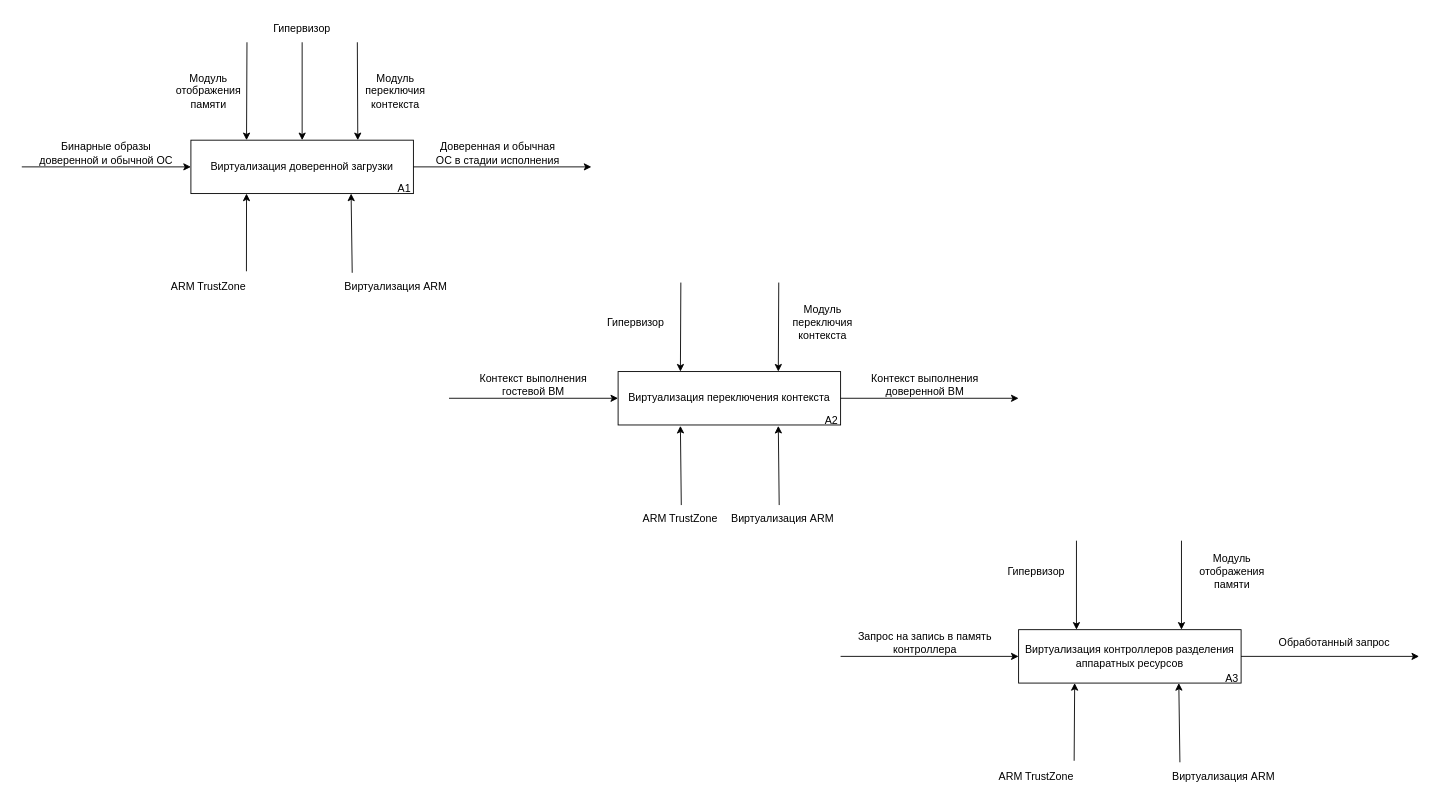
Above: page "Page-2" (2 of 2) of docs/drawio/main-idef0.drawio in mRrvz/bmstu-masters-diploma (draw.io), before the change. Source tidied: cells renumbered, new cells numbered last; positions are measured from the earlier drawing's top-left corner, leaving out a move shared by most shapes. Both pictures are drawn from the tidied source at 89%, with x=0, y=0 at pixel (21, 15).
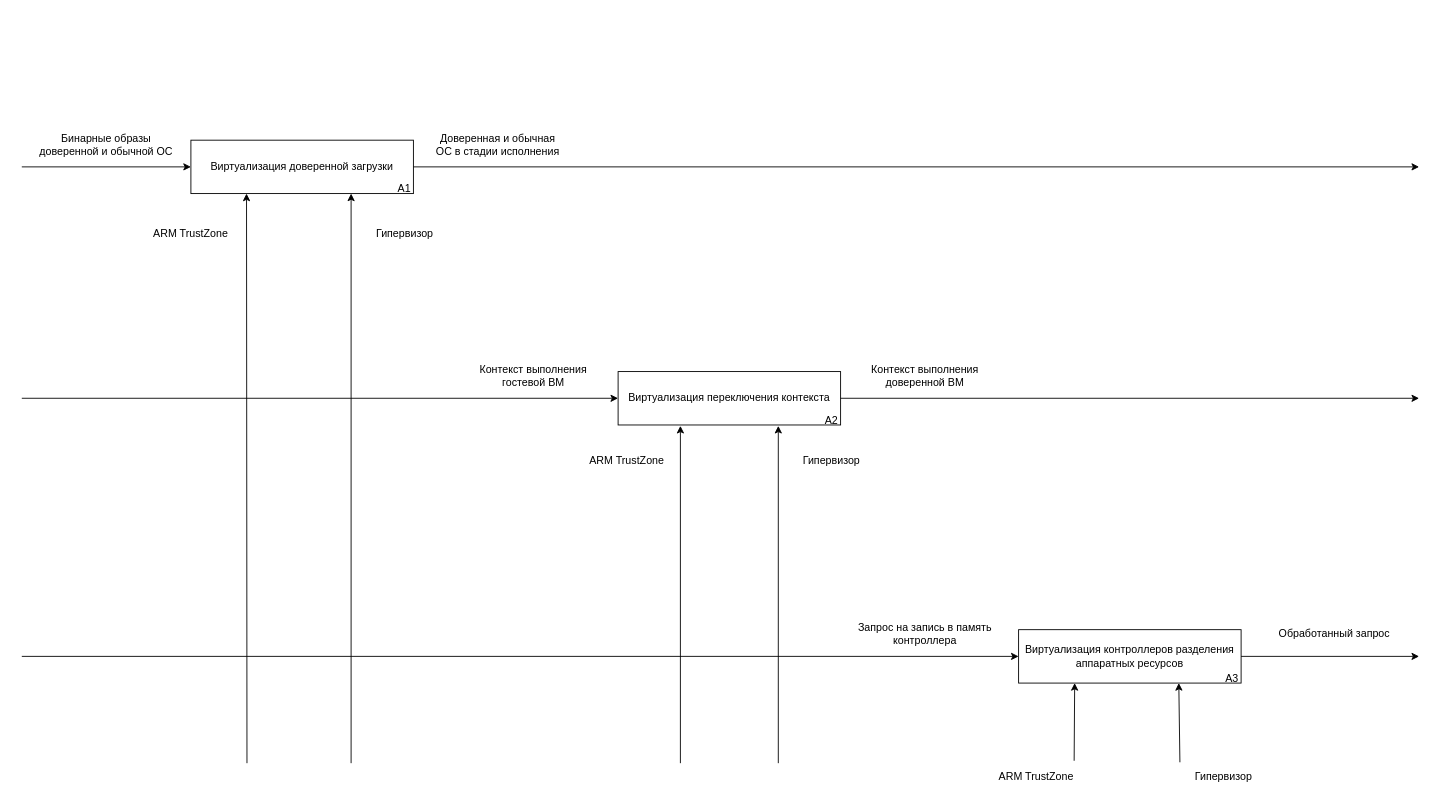
The same diagram, later.

The change refers to these unchanged cells:
```xml
<mxCell id="3" value="Виртуализация доверенной загрузки" style="rounded=0;whiteSpace=wrap;html=1;" parent="1" vertex="1">
  <mxGeometry x="190" y="140" width="250" height="60" as="geometry" />
</mxCell>
<mxCell id="18" value="Виртуализация переключения контекста" style="rounded=0;whiteSpace=wrap;html=1;" parent="1" vertex="1">
  <mxGeometry x="670" y="400" width="250" height="60" as="geometry" />
</mxCell>
<mxCell id="33" value="Виртуализация контроллеров разделения аппаратных ресурсов " style="rounded=0;whiteSpace=wrap;html=1;" parent="1" vertex="1">
  <mxGeometry x="1120" y="690" width="250" height="60" as="geometry" />
</mxCell>
```

Change to the diagram source:
```diff
@@
-    <mxCell id="2" style="endArrow=classic;html=1;rounded=0;entryX=0.5;entryY=0;entryDx=0;entryDy=0;" parent="1" edge="1" target="3">
-      <mxGeometry relative="1" as="geometry">
-        <mxPoint x="315" y="30" as="sourcePoint" />
-      </mxGeometry>
-    </mxCell>
@@
     <mxCell id="5" style="endArrow=classic;html=1;rounded=0;exitX=1;exitY=0.5;exitDx=0;exitDy=0;" parent="1" edge="1" source="3">
       <mxGeometry relative="1" as="geometry">
-        <mxPoint x="640" y="170" as="targetPoint" />
+        <mxPoint x="1570" y="170" as="targetPoint" />
       </mxGeometry>
     </mxCell>
     <mxCell id="6" value="Бинарные образы доверенной и обычной ОС" style="text;html=1;align=center;verticalAlign=middle;whiteSpace=wrap;rounded=0;" parent="1" vertex="1">
-      <mxGeometry x="10" y="140" width="170" height="30" as="geometry" />
+      <mxGeometry x="10" y="130" width="170" height="30" as="geometry" />
     </mxCell>
-    <mxCell id="7" value="Модуль переключия контекста" style="text;html=1;align=center;verticalAlign=middle;whiteSpace=wrap;rounded=0;" parent="1" vertex="1">
-      <mxGeometry x="390" y="70" width="60" height="30" as="geometry" />
-    </mxCell>
-    <mxCell id="8" value="Модуль отображения памяти" style="text;html=1;align=center;verticalAlign=middle;whiteSpace=wrap;rounded=0;" parent="1" vertex="1">
-      <mxGeometry x="165" y="70" width="90" height="30" as="geometry" />
-    </mxCell>
-    <mxCell id="9" style="endArrow=classic;html=1;rounded=0;entryX=0.25;entryY=0;entryDx=0;entryDy=0;" parent="1" edge="1" target="3">
-      <mxGeometry relative="1" as="geometry">
-        <mxPoint x="253" y="30" as="sourcePoint" />
-      </mxGeometry>
-    </mxCell>
-    <mxCell id="10" style="endArrow=classic;html=1;rounded=0;entryX=0.75;entryY=0;entryDx=0;entryDy=0;" parent="1" edge="1" target="3">
-      <mxGeometry relative="1" as="geometry">
-        <mxPoint x="377" y="30" as="sourcePoint" />
-      </mxGeometry>
-    </mxCell>
-    <mxCell id="11" value="Гипервизор" style="text;html=1;align=center;verticalAlign=middle;whiteSpace=wrap;rounded=0;" parent="1" vertex="1">
-      <mxGeometry x="285" width="60" height="30" as="geometry" />
-    </mxCell>
-    <mxCell id="12" style="endArrow=classic;html=1;rounded=0;entryX=0.25;entryY=1;entryDx=0;entryDy=0;exitX=0.924;exitY=-0.09;exitDx=0;exitDy=0;exitPerimeter=0;" parent="1" edge="1" source="14" target="3">
-      <mxGeometry relative="1" as="geometry" />
+    <mxCell id="12" style="endArrow=classic;html=1;rounded=0;entryX=0.25;entryY=1;entryDx=0;entryDy=0;" parent="1" edge="1" target="3">
+      <mxGeometry relative="1" as="geometry">
+        <mxPoint x="253" y="840" as="sourcePoint" />
+      </mxGeometry>
     </mxCell>
-    <mxCell id="13" style="endArrow=classic;html=1;rounded=0;entryX=0.25;entryY=1;entryDx=0;entryDy=0;exitX=0.11;exitY=-0.033;exitDx=0;exitDy=0;exitPerimeter=0;" parent="1" edge="1" source="15">
+    <mxCell id="13" style="endArrow=classic;html=1;rounded=0;entryX=0.25;entryY=1;entryDx=0;entryDy=0;" parent="1" edge="1">
       <mxGeometry relative="1" as="geometry">
+        <mxPoint x="370" y="840" as="sourcePoint" />
         <mxPoint x="370" y="200" as="targetPoint" />
       </mxGeometry>
     </mxCell>
     <mxCell id="14" value="ARM TrustZone" style="text;html=1;align=center;verticalAlign=middle;whiteSpace=wrap;rounded=0;" parent="1" vertex="1">
-      <mxGeometry x="160" y="290" width="100" height="30" as="geometry" />
+      <mxGeometry x="140" y="230" width="100" height="30" as="geometry" />
     </mxCell>
-    <mxCell id="15" value="Виртуализация ARM" style="text;html=1;align=center;verticalAlign=middle;whiteSpace=wrap;rounded=0;" parent="1" vertex="1">
-      <mxGeometry x="357.5" y="290" width="125" height="30" as="geometry" />
+    <mxCell id="15" value="Гипервизор" style="text;html=1;align=center;verticalAlign=middle;whiteSpace=wrap;rounded=0;" parent="1" vertex="1">
+      <mxGeometry x="367.5" y="230" width="125" height="30" as="geometry" />
     </mxCell>
     <mxCell id="16" value="Доверенная и обычная ОС в стадии исполнения" style="text;html=1;align=center;verticalAlign=middle;whiteSpace=wrap;rounded=0;" parent="1" vertex="1">
-      <mxGeometry x="460" y="140" width="150" height="30" as="geometry" />
+      <mxGeometry x="460" y="130" width="150" height="30" as="geometry" />
     </mxCell>
@@
     <mxCell id="19" style="endArrow=classic;html=1;rounded=0;entryX=0;entryY=0.5;entryDx=0;entryDy=0;" parent="1" edge="1" target="18">
       <mxGeometry relative="1" as="geometry">
-        <mxPoint x="480" y="430" as="sourcePoint" />
+        <mxPoint y="430" as="sourcePoint" />
       </mxGeometry>
     </mxCell>
     <mxCell id="20" value="Контекст выполнения гостевой ВМ" style="text;html=1;align=center;verticalAlign=middle;whiteSpace=wrap;rounded=0;" parent="1" vertex="1">
-      <mxGeometry x="505" y="400" width="140" height="30" as="geometry" />
+      <mxGeometry x="505" y="390" width="140" height="30" as="geometry" />
     </mxCell>
-    <mxCell id="21" value="Модуль переключия контекста" style="text;html=1;align=center;verticalAlign=middle;whiteSpace=wrap;rounded=0;" parent="1" vertex="1">
-      <mxGeometry x="850" y="330" width="100" height="30" as="geometry" />
-    </mxCell>
-    <mxCell id="22" style="endArrow=classic;html=1;rounded=0;entryX=0.75;entryY=0;entryDx=0;entryDy=0;" parent="1" edge="1">
-      <mxGeometry relative="1" as="geometry">
-        <mxPoint x="850.5" y="300" as="sourcePoint" />
-        <mxPoint x="850" y="400" as="targetPoint" />
-      </mxGeometry>
-    </mxCell>
     <mxCell id="23" style="endArrow=classic;html=1;rounded=0;exitX=1;exitY=0.5;exitDx=0;exitDy=0;" parent="1" edge="1" source="18">
       <mxGeometry relative="1" as="geometry">
-        <mxPoint x="1120" y="430" as="targetPoint" />
+        <mxPoint x="1570" y="430" as="targetPoint" />
       </mxGeometry>
     </mxCell>
     <mxCell id="24" value="Контекст выполнения доверенной ВМ" style="text;html=1;align=center;verticalAlign=middle;whiteSpace=wrap;rounded=0;" parent="1" vertex="1">
-      <mxGeometry x="950" y="400" width="130" height="30" as="geometry" />
+      <mxGeometry x="950" y="390" width="130" height="30" as="geometry" />
     </mxCell>
-    <mxCell id="25" style="endArrow=classic;html=1;rounded=0;entryX=0.25;entryY=1;entryDx=0;entryDy=0;exitX=0.11;exitY=-0.033;exitDx=0;exitDy=0;exitPerimeter=0;" parent="1" edge="1">
+    <mxCell id="25" style="endArrow=classic;html=1;rounded=0;entryX=0.25;entryY=1;entryDx=0;entryDy=0;" parent="1" edge="1">
       <mxGeometry relative="1" as="geometry">
-        <mxPoint x="741" y="550" as="sourcePoint" />
+        <mxPoint x="740" y="840" as="sourcePoint" />
         <mxPoint x="740" y="461" as="targetPoint" />
       </mxGeometry>
     </mxCell>
     <mxCell id="26" value="ARM TrustZone" style="text;html=1;align=center;verticalAlign=middle;whiteSpace=wrap;rounded=0;" parent="1" vertex="1">
-      <mxGeometry x="690" y="550" width="100" height="30" as="geometry" />
+      <mxGeometry x="630" y="485" width="100" height="30" as="geometry" />
     </mxCell>
@@
-    <mxCell id="28" style="endArrow=classic;html=1;rounded=0;entryX=0.75;entryY=0;entryDx=0;entryDy=0;" parent="1" edge="1">
-      <mxGeometry relative="1" as="geometry">
-        <mxPoint x="740.5" y="300" as="sourcePoint" />
-        <mxPoint x="740" y="400" as="targetPoint" />
-      </mxGeometry>
-    </mxCell>
-    <mxCell id="29" value="Гипервизор" style="text;html=1;align=center;verticalAlign=middle;whiteSpace=wrap;rounded=0;" parent="1" vertex="1">
-      <mxGeometry x="640" y="330" width="100" height="30" as="geometry" />
-    </mxCell>
-    <mxCell id="30" style="endArrow=classic;html=1;rounded=0;entryX=0.25;entryY=1;entryDx=0;entryDy=0;exitX=0.11;exitY=-0.033;exitDx=0;exitDy=0;exitPerimeter=0;" parent="1" edge="1">
+    <mxCell id="30" style="endArrow=classic;html=1;rounded=0;entryX=0.25;entryY=1;entryDx=0;entryDy=0;" parent="1" edge="1">
       <mxGeometry relative="1" as="geometry">
-        <mxPoint x="851" y="550" as="sourcePoint" />
+        <mxPoint x="850" y="840" as="sourcePoint" />
         <mxPoint x="850" y="461" as="targetPoint" />
       </mxGeometry>
     </mxCell>
-    <mxCell id="31" value="Виртуализация ARM" style="text;html=1;align=center;verticalAlign=middle;whiteSpace=wrap;rounded=0;" parent="1" vertex="1">
-      <mxGeometry x="790" y="550" width="130" height="30" as="geometry" />
+    <mxCell id="31" value="Гипервизор" style="text;html=1;align=center;verticalAlign=middle;whiteSpace=wrap;rounded=0;" parent="1" vertex="1">
+      <mxGeometry x="845" y="485" width="130" height="30" as="geometry" />
     </mxCell>
-    <mxCell id="32" style="endArrow=classic;html=1;rounded=0;entryX=0.5;entryY=0;entryDx=0;entryDy=0;" parent="1" edge="1">
-      <mxGeometry relative="1" as="geometry">
-        <mxPoint x="1185" y="590" as="sourcePoint" />
-        <mxPoint x="1185" y="690" as="targetPoint" />
-      </mxGeometry>
-    </mxCell>
@@
     <mxCell id="34" style="endArrow=classic;html=1;rounded=0;entryX=0;entryY=0.5;entryDx=0;entryDy=0;" parent="1" edge="1" target="33">
       <mxGeometry relative="1" as="geometry">
-        <mxPoint x="920" y="720" as="sourcePoint" />
+        <mxPoint y="720" as="sourcePoint" />
       </mxGeometry>
     </mxCell>
@@
     <mxCell id="36" value="Запрос на запись в память контроллера" style="text;html=1;align=center;verticalAlign=middle;whiteSpace=wrap;rounded=0;" parent="1" vertex="1">
-      <mxGeometry x="930" y="690" width="170" height="30" as="geometry" />
+      <mxGeometry x="930" y="680" width="170" height="30" as="geometry" />
     </mxCell>
-    <mxCell id="37" value="Гипервизор" style="text;html=1;align=center;verticalAlign=middle;whiteSpace=wrap;rounded=0;" parent="1" vertex="1">
-      <mxGeometry x="1110" y="610" width="60" height="30" as="geometry" />
-    </mxCell>
     <mxCell id="38" value="Обработанный запрос" style="text;html=1;align=center;verticalAlign=middle;whiteSpace=wrap;rounded=0;" parent="1" vertex="1">
-      <mxGeometry x="1400" y="690" width="150" height="30" as="geometry" />
+      <mxGeometry x="1400" y="680" width="150" height="30" as="geometry" />
     </mxCell>
@@
-    <mxCell id="43" value="Виртуализация ARM" style="text;html=1;align=center;verticalAlign=middle;whiteSpace=wrap;rounded=0;" parent="1" vertex="1">
+    <mxCell id="43" value="Гипервизор" style="text;html=1;align=center;verticalAlign=middle;whiteSpace=wrap;rounded=0;" parent="1" vertex="1">
       <mxGeometry x="1287.5" y="840" width="125" height="30" as="geometry" />
     </mxCell>
-    <mxCell id="44" value="Модуль отображения памяти" style="text;html=1;align=center;verticalAlign=middle;whiteSpace=wrap;rounded=0;" parent="1" vertex="1">
-      <mxGeometry x="1315" y="610" width="90" height="30" as="geometry" />
-    </mxCell>
-    <mxCell id="45" style="endArrow=classic;html=1;rounded=0;entryX=0.25;entryY=0;entryDx=0;entryDy=0;" parent="1" edge="1">
-      <mxGeometry relative="1" as="geometry">
-        <mxPoint x="1303" y="590" as="sourcePoint" />
-        <mxPoint x="1303" y="690" as="targetPoint" />
-      </mxGeometry>
-    </mxCell>
```
